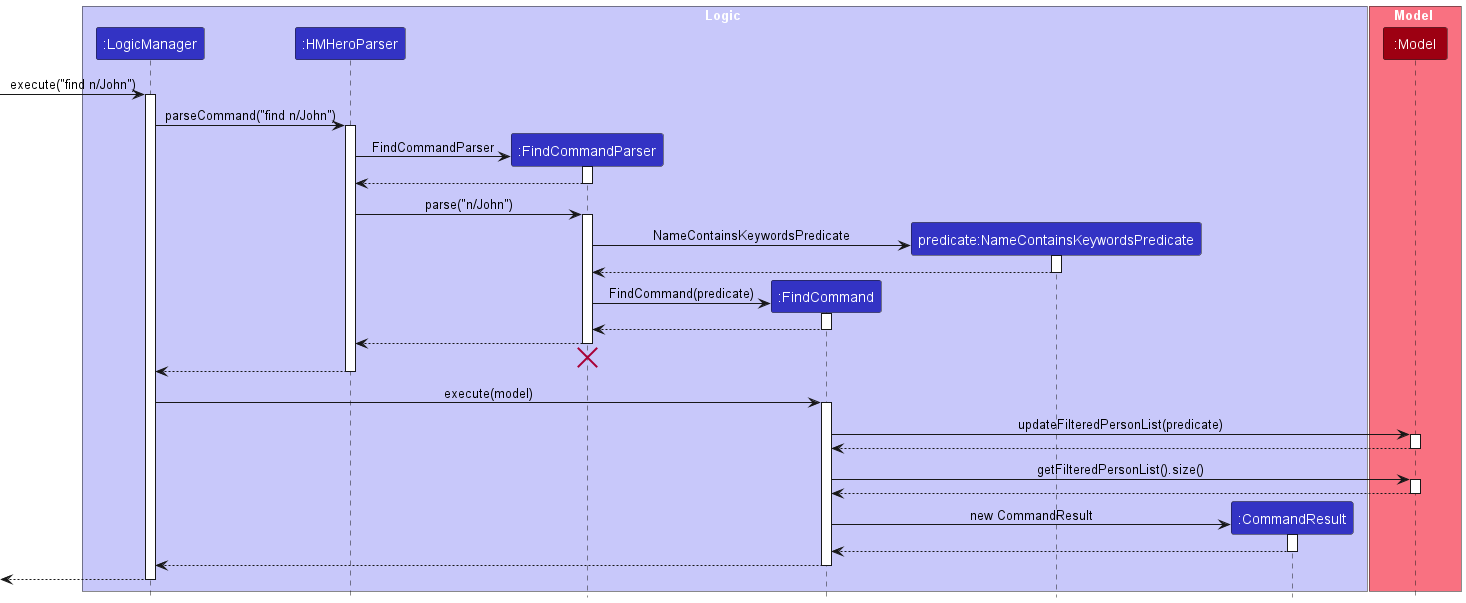
nus-cs2103-AY2223S2/tp keeps this PlantUML diagram as docs/images/FindSequenceDiagram.png. Above is the earlier version.
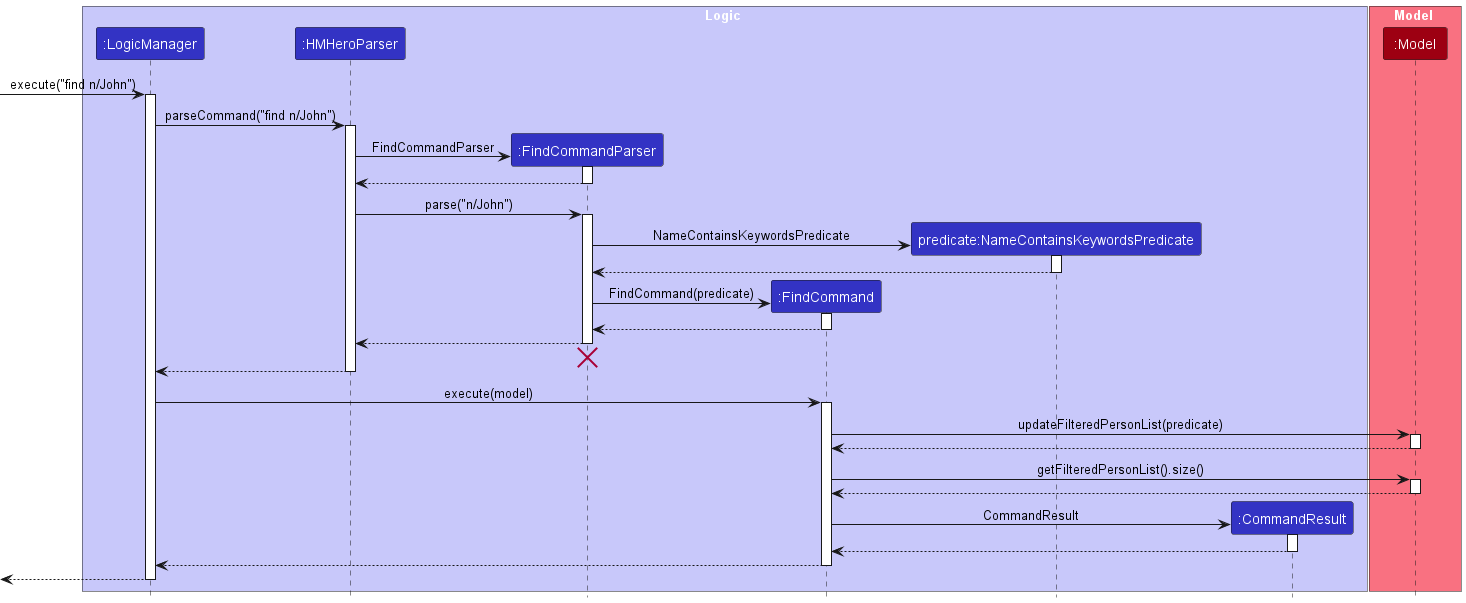
The same file after the commit.

Change to the diagram source:
```diff
@@ -68,7 +68,7 @@
 deactivate Model
 
 create CommandResult
-FindCommand -> CommandResult : new CommandResult
+FindCommand -> CommandResult : CommandResult
 activate CommandResult
 
 CommandResult --> FindCommand
```
